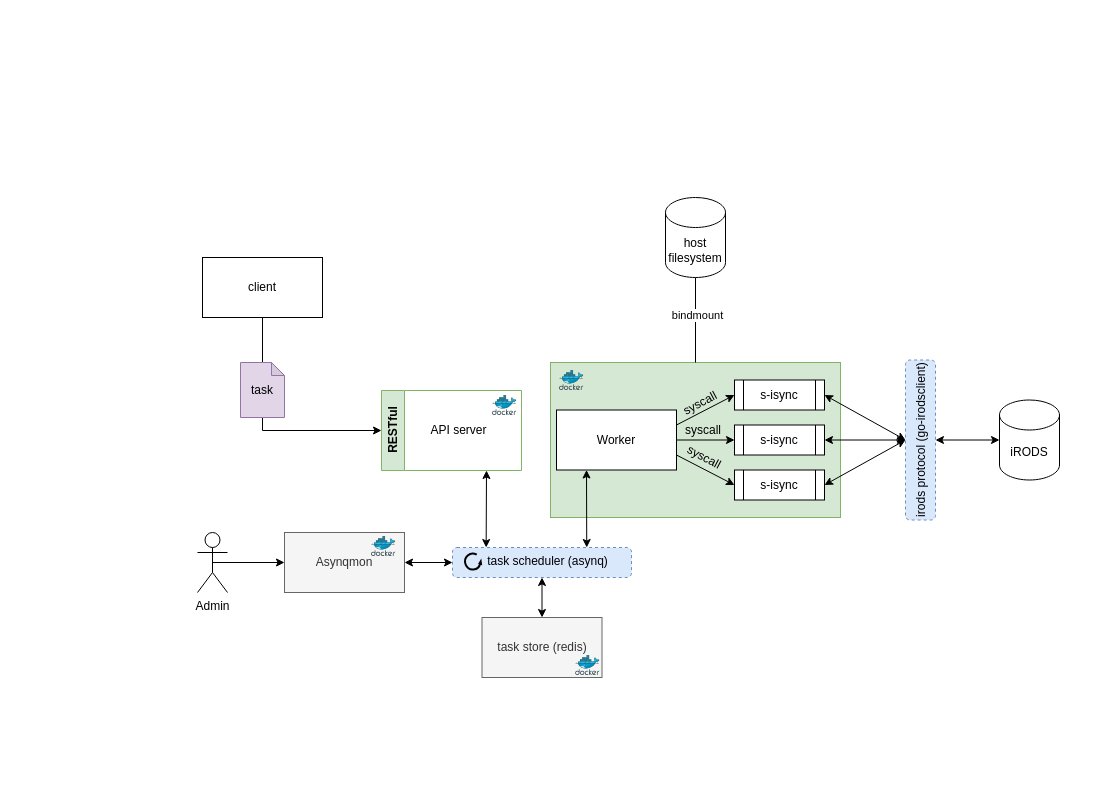
Earlier version of the draw.io diagram docs/architecture.drawio (dccn-tg/dr-data-stager). Source tidied: cells renumbered, new cells numbered last; positions are measured from the earlier drawing's top-left corner, leaving out a move shared by most shapes. Both pictures are drawn from the tidied source at 100%, with x=0, y=0 at pixel (197, 197).
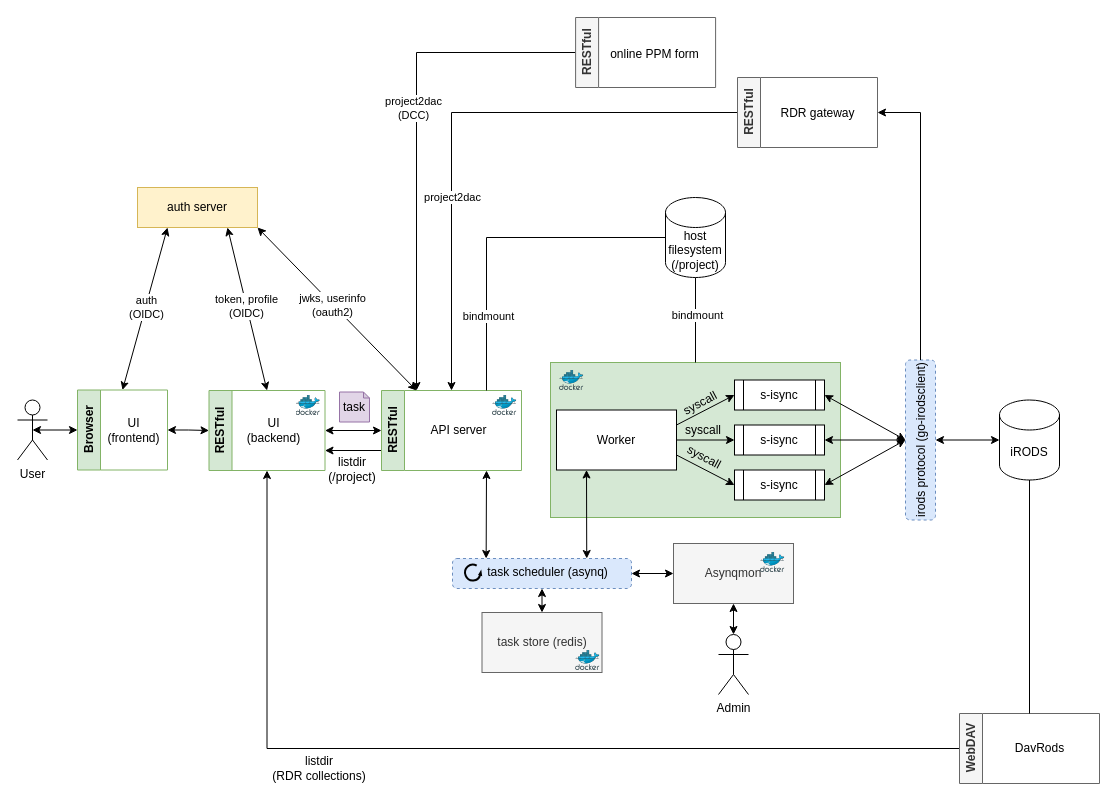
The same diagram, later.

Commit message (it also covers changes not shown here):
update architecture drawing

Unchanged cells that the change refers to:
```xml
<mxCell id="5" value="RESTful" style="swimlane;horizontal=0;whiteSpace=wrap;html=1;strokeWidth=1;fillColor=#d5e8d4;strokeColor=#82b366;fillStyle=auto;swimlaneFillColor=default;" parent="1" vertex="1">
  <mxGeometry x="184" y="193" width="140" height="80" as="geometry" />
</mxCell>
<mxCell id="18" value="iRODS" style="shape=cylinder3;whiteSpace=wrap;html=1;boundedLbl=1;backgroundOutline=1;size=15;strokeWidth=1;" parent="1" vertex="1">
  <mxGeometry x="802" y="202.5" width="60" height="80" as="geometry" />
</mxCell>
<mxCell id="31" value="irods protocol (go-irodsclient)" style="rounded=1;whiteSpace=wrap;html=1;dashed=1;rotation=270;strokeWidth=1;fillColor=#dae8fc;strokeColor=#6c8ebf;" parent="1" vertex="1">
  <mxGeometry x="643" y="227.5" width="160" height="30" as="geometry" />
</mxCell>
```

What changed in the source:
```diff
@@
     <mxCell id="2" value="task store (redis)" style="rounded=0;whiteSpace=wrap;html=1;fillColor=#f5f5f5;fontColor=#333333;strokeColor=#666666;" parent="1" vertex="1">
-      <mxGeometry x="284.5" y="420" width="120" height="60" as="geometry" />
+      <mxGeometry x="284.5" y="415" width="120" height="60" as="geometry" />
     </mxCell>
@@
+    <mxCell id="42" style="edgeStyle=orthogonalEdgeStyle;rounded=0;jettySize=auto;html=1;exitX=0.5;exitY=0;exitDx=0;exitDy=0;entryX=0;entryY=0.5;entryDx=0;entryDy=0;startArrow=classic;startFill=1;endArrow=none;endFill=0;" parent="1" edge="1" source="5" target="58">
+      <mxGeometry relative="1" as="geometry" />
+    </mxCell>
+    <mxCell id="43" value="project2dac" style="edgeLabel;html=1;align=center;verticalAlign=middle;" parent="42" vertex="1">
+      <mxGeometry x="-0.38" relative="1" as="geometry">
+        <mxPoint y="-19" as="offset" />
+      </mxGeometry>
+    </mxCell>
+    <mxCell id="44" style="edgeStyle=orthogonalEdgeStyle;rounded=0;jettySize=auto;html=1;exitX=0;exitY=0.75;exitDx=0;exitDy=0;entryX=1;entryY=0.75;entryDx=0;entryDy=0;" parent="1" edge="1" source="5" target="46">
+      <mxGeometry relative="1" as="geometry" />
+    </mxCell>
@@
-    <mxCell id="20" style="edgeStyle=orthogonalEdgeStyle;rounded=0;jettySize=auto;html=1;exitX=0.5;exitY=1;exitDx=0;exitDy=0;entryX=0;entryY=0.5;entryDx=0;entryDy=0;strokeWidth=1;" parent="1" edge="1" source="21" target="5">
-      <mxGeometry relative="1" as="geometry" />
-    </mxCell>
-    <mxCell id="21" value="client" style="rounded=0;whiteSpace=wrap;html=1;strokeWidth=1;" parent="1" vertex="1">
-      <mxGeometry x="5" y="60" width="120" height="60" as="geometry" />
-    </mxCell>
     <mxCell id="22" style="image;sketch=0;html=1;align=center;fontSize=12;image=img/lib/mscae/Docker.svg;strokeWidth=1;" parent="1" vertex="1">
-      <mxGeometry x="378.1" y="458" width="24.4" height="20" as="geometry" />
+      <mxGeometry x="378.1" y="453" width="24.4" height="20" as="geometry" />
     </mxCell>
@@
-    <mxCell id="27" value="task" style="shape=note;whiteSpace=wrap;html=1;backgroundOutline=1;darkOpacity=0.05;size=13;strokeWidth=1;fillColor=#e1d5e7;strokeColor=#9673a6;" parent="1" vertex="1">
-      <mxGeometry x="43" y="165" width="44" height="55" as="geometry" />
-    </mxCell>
@@
+    <mxCell id="45" style="edgeStyle=orthogonalEdgeStyle;rounded=0;jettySize=auto;html=1;exitX=1;exitY=0.5;exitDx=0;exitDy=0;entryX=0;entryY=0.5;entryDx=0;entryDy=0;startArrow=classic;startFill=1;" parent="1" edge="1" source="29" target="33">
+      <mxGeometry relative="1" as="geometry" />
+    </mxCell>
     <mxCell id="29" style="rounded=1;whiteSpace=wrap;html=1;dashed=1;strokeWidth=1;fillColor=#dae8fc;strokeColor=#6c8ebf;" parent="1" vertex="1">
-      <mxGeometry x="255" y="350" width="179" height="30" as="geometry" />
+      <mxGeometry x="255" y="361" width="179" height="30" as="geometry" />
     </mxCell>
@@
-    <mxCell id="32" style="rounded=0;jettySize=auto;html=1;exitX=1;exitY=0.5;exitDx=0;exitDy=0;entryX=0;entryY=0.5;entryDx=0;entryDy=0;startArrow=classic;startFill=1;strokeWidth=1;" parent="1" edge="1" source="33" target="29">
-      <mxGeometry relative="1" as="geometry" />
-    </mxCell>
-    <mxCell id="33" value="Asynqmon" style="rounded=0;whiteSpace=wrap;html=1;strokeWidth=1;fillColor=#f5f5f5;fontColor=#333333;strokeColor=#666666;" parent="1" vertex="1">
-      <mxGeometry x="87" y="335" width="120" height="60" as="geometry" />
-    </mxCell>
-    <mxCell id="34" style="image;sketch=0;html=1;align=center;fontSize=12;image=img/lib/mscae/Docker.svg;strokeWidth=1;" parent="1" vertex="1">
-      <mxGeometry x="174" y="339" width="24.4" height="20" as="geometry" />
-    </mxCell>
-    <mxCell id="35" style="edgeStyle=orthogonalEdgeStyle;rounded=0;jettySize=auto;html=1;exitX=0.5;exitY=0.5;exitDx=0;exitDy=0;exitPerimeter=0;entryX=0;entryY=0.5;entryDx=0;entryDy=0;" parent="1" edge="1" source="36" target="33">
-      <mxGeometry relative="1" as="geometry" />
-    </mxCell>
-    <mxCell id="36" value="Admin" style="shape=umlActor;verticalLabelPosition=bottom;verticalAlign=top;html=1;outlineConnect=0;" parent="1" vertex="1">
-      <mxGeometry y="335" width="30" height="60" as="geometry" />
-    </mxCell>
@@
-    <mxCell id="39" value="host filesystem" style="shape=cylinder3;whiteSpace=wrap;html=1;boundedLbl=1;backgroundOutline=1;size=15;" parent="1" vertex="1">
+    <mxCell id="39" value="host filesystem&lt;div&gt;(/project)&lt;/div&gt;" style="shape=cylinder3;whiteSpace=wrap;html=1;boundedLbl=1;backgroundOutline=1;size=15;" parent="1" vertex="1">
       <mxGeometry x="468" width="60" height="80" as="geometry" />
     </mxCell>
     <mxCell id="40" style="verticalLabelPosition=bottom;html=1;verticalAlign=top;strokeWidth=2;shape=mxgraph.lean_mapping.physical_pull;" parent="1" vertex="1">
-      <mxGeometry x="267.5" y="356" width="16" height="16" as="geometry" />
+      <mxGeometry x="267.5" y="367" width="16" height="16" as="geometry" />
     </mxCell>
     <mxCell id="41" value="task scheduler (asynq)" style="text;html=1;align=center;verticalAlign=middle;whiteSpace=wrap;rounded=0;strokeWidth=1;" parent="1" vertex="1">
-      <mxGeometry x="279.5" y="349" width="141" height="30" as="geometry" />
+      <mxGeometry x="279.5" y="360" width="141" height="30" as="geometry" />
     </mxCell>
+    <mxCell id="46" value="RESTful" style="swimlane;horizontal=0;whiteSpace=wrap;html=1;strokeWidth=1;fillColor=#d5e8d4;strokeColor=#82b366;fillStyle=auto;swimlaneFillColor=default;" parent="1" vertex="1">
+      <mxGeometry x="11.5" y="193" width="116" height="80" as="geometry" />
+    </mxCell>
+    <mxCell id="47" value="UI&lt;div&gt;(backend)&lt;/div&gt;" style="text;html=1;align=center;verticalAlign=middle;strokeColor=none;fillColor=none;strokeWidth=1;" parent="46" vertex="1">
+      <mxGeometry x="24" y="20" width="80" height="40" as="geometry" />
+    </mxCell>
+    <mxCell id="48" style="image;sketch=0;html=1;align=center;fontSize=12;image=img/lib/mscae/Docker.svg;strokeWidth=1;" parent="46" vertex="1">
+      <mxGeometry x="87" y="5" width="24.4" height="20" as="geometry" />
+    </mxCell>
+    <mxCell id="49" style="edgeStyle=orthogonalEdgeStyle;rounded=0;jettySize=auto;html=1;exitX=1;exitY=0.5;exitDx=0;exitDy=0;entryX=0;entryY=0.5;entryDx=0;entryDy=0;startArrow=classic;startFill=1;" parent="1" edge="1" source="50" target="46">
+      <mxGeometry relative="1" as="geometry" />
+    </mxCell>
+    <mxCell id="50" value="Browser" style="swimlane;horizontal=0;whiteSpace=wrap;html=1;strokeWidth=1;fillColor=#d5e8d4;strokeColor=#82b366;fillStyle=auto;swimlaneFillColor=default;startSize=23;" parent="1" vertex="1">
+      <mxGeometry x="-120" y="192.5" width="90" height="80" as="geometry" />
+    </mxCell>
+    <mxCell id="51" value="UI&lt;div&gt;(frontend)&lt;/div&gt;" style="text;html=1;align=center;verticalAlign=middle;strokeColor=none;fillColor=none;strokeWidth=1;" parent="50" vertex="1">
+      <mxGeometry x="16" y="20" width="80" height="40" as="geometry" />
+    </mxCell>
+    <mxCell id="52" style="endArrow=classic;startArrow=classic;html=1;rounded=0;exitX=1;exitY=0.5;exitDx=0;exitDy=0;entryX=0;entryY=0.5;entryDx=0;entryDy=0;" parent="1" edge="1" source="46" target="5">
+      <mxGeometry relative="1" as="geometry" />
+    </mxCell>
+    <mxCell id="53" value="User" style="shape=umlActor;verticalLabelPosition=bottom;verticalAlign=top;html=1;outlineConnect=0;" parent="1" vertex="1">
+      <mxGeometry x="-180" y="202.5" width="30" height="60" as="geometry" />
+    </mxCell>
+    <mxCell id="54" style="endArrow=classic;startArrow=classic;html=1;rounded=0;exitX=0.5;exitY=0.5;exitDx=0;exitDy=0;exitPerimeter=0;" parent="1" edge="1" source="53" target="50">
+      <mxGeometry relative="1" as="geometry" />
+    </mxCell>
+    <mxCell id="55" style="edgeStyle=orthogonalEdgeStyle;rounded=0;jettySize=auto;html=1;exitX=0.75;exitY=0;exitDx=0;exitDy=0;entryX=0;entryY=0.5;entryDx=0;entryDy=0;entryPerimeter=0;endArrow=none;endFill=0;" parent="1" edge="1" source="5" target="39">
+      <mxGeometry relative="1" as="geometry" />
+    </mxCell>
+    <mxCell id="56" value="bindmount" style="edgeLabel;html=1;align=center;verticalAlign=middle;" parent="55" vertex="1">
+      <mxGeometry x="-0.52" y="-1" relative="1" as="geometry">
+        <mxPoint y="5" as="offset" />
+      </mxGeometry>
+    </mxCell>
+    <mxCell id="57" style="edgeStyle=orthogonalEdgeStyle;rounded=0;jettySize=auto;html=1;exitX=1;exitY=0.5;exitDx=0;exitDy=0;entryX=1;entryY=0.5;entryDx=0;entryDy=0;startArrow=classic;startFill=1;endArrow=none;endFill=0;" parent="1" edge="1" source="58" target="31">
+      <mxGeometry relative="1" as="geometry" />
+    </mxCell>
+    <mxCell id="58" value="RESTful" style="swimlane;horizontal=0;whiteSpace=wrap;html=1;strokeWidth=1;fillColor=#f5f5f5;strokeColor=#666666;fillStyle=auto;swimlaneFillColor=default;fontColor=#333333;" parent="1" vertex="1">
+      <mxGeometry x="540" y="-120" width="140" height="70" as="geometry" />
+    </mxCell>
+    <mxCell id="59" value="RDR gateway" style="text;html=1;align=center;verticalAlign=middle;strokeColor=none;fillColor=none;strokeWidth=1;" parent="58" vertex="1">
+      <mxGeometry x="30" y="21" width="100" height="30" as="geometry" />
+    </mxCell>
+    <mxCell id="60" style="edgeStyle=orthogonalEdgeStyle;rounded=0;jettySize=auto;html=1;exitX=0;exitY=0.5;exitDx=0;exitDy=0;entryX=0.25;entryY=0;entryDx=0;entryDy=0;" parent="1" edge="1" source="61" target="5">
+      <mxGeometry relative="1" as="geometry" />
+    </mxCell>
+    <mxCell id="61" value="RESTful" style="swimlane;horizontal=0;whiteSpace=wrap;html=1;strokeWidth=1;fillColor=#f5f5f5;strokeColor=#666666;fillStyle=auto;swimlaneFillColor=default;direction=east;fontColor=#333333;" parent="1" vertex="1">
+      <mxGeometry x="378.1" y="-180" width="140" height="70" as="geometry" />
+    </mxCell>
+    <mxCell id="62" value="online PPM form" style="text;html=1;align=center;verticalAlign=middle;strokeColor=none;fillColor=none;strokeWidth=1;" parent="61" vertex="1">
+      <mxGeometry x="24" y="22" width="110" height="30" as="geometry" />
+    </mxCell>
+    <mxCell id="63" value="project2dac&lt;div&gt;(DCC)&lt;/div&gt;" style="edgeLabel;html=1;align=center;verticalAlign=middle;" parent="1" vertex="1">
+      <mxGeometry x="198.4" y="-100" as="geometry">
+        <mxPoint x="17" y="10" as="offset" />
+      </mxGeometry>
+    </mxCell>
+    <mxCell id="27" value="task" style="shape=note;whiteSpace=wrap;html=1;backgroundOutline=1;darkOpacity=0.05;size=6;strokeWidth=1;fillColor=#e1d5e7;strokeColor=#9673a6;" parent="1" vertex="1">
+      <mxGeometry x="142" y="194.5" width="30" height="30" as="geometry" />
+    </mxCell>
+    <mxCell id="64" value="listdir&lt;div&gt;(/project)&lt;/div&gt;" style="text;html=1;align=center;verticalAlign=middle;whiteSpace=wrap;rounded=0;" parent="1" vertex="1">
+      <mxGeometry x="125" y="256.5" width="60" height="30" as="geometry" />
+    </mxCell>
+    <mxCell id="65" style="edgeStyle=orthogonalEdgeStyle;rounded=0;jettySize=auto;html=1;exitX=0;exitY=0.5;exitDx=0;exitDy=0;entryX=0.5;entryY=1;entryDx=0;entryDy=0;" parent="1" edge="1" source="66" target="46">
+      <mxGeometry relative="1" as="geometry" />
+    </mxCell>
+    <mxCell id="66" value="WebDAV" style="swimlane;horizontal=0;whiteSpace=wrap;html=1;strokeWidth=1;fillColor=#f5f5f5;strokeColor=#666666;fillStyle=auto;swimlaneFillColor=default;fontColor=#333333;rotation=0;" parent="1" vertex="1">
+      <mxGeometry x="762" y="516" width="140" height="70" as="geometry" />
+    </mxCell>
+    <mxCell id="67" value="DavRods" style="text;html=1;align=center;verticalAlign=middle;strokeColor=none;fillColor=none;strokeWidth=1;" parent="66" vertex="1">
+      <mxGeometry x="45" y="20" width="70" height="30" as="geometry" />
+    </mxCell>
+    <mxCell id="68" style="endArrow=none;html=1;rounded=0;entryX=0.5;entryY=1;entryDx=0;entryDy=0;entryPerimeter=0;exitX=0.5;exitY=0;exitDx=0;exitDy=0;" parent="1" edge="1" source="66" target="18">
+      <mxGeometry relative="1" as="geometry" />
+    </mxCell>
+    <mxCell id="69" value="listdir&lt;div&gt;(RDR collections)&lt;/div&gt;" style="text;html=1;align=center;verticalAlign=middle;whiteSpace=wrap;rounded=0;" parent="1" vertex="1">
+      <mxGeometry x="72" y="556" width="100" height="30" as="geometry" />
+    </mxCell>
+    <mxCell id="70" style="rounded=0;jettySize=auto;html=1;exitX=0.75;exitY=1;exitDx=0;exitDy=0;entryX=0.5;entryY=0;entryDx=0;entryDy=0;startArrow=classic;startFill=1;" parent="1" edge="1" source="74" target="46">
+      <mxGeometry relative="1" as="geometry" />
+    </mxCell>
+    <mxCell id="71" value="token, profile&lt;div&gt;(OIDC)&lt;/div&gt;" style="edgeLabel;html=1;align=center;verticalAlign=middle;" parent="70" vertex="1">
+      <mxGeometry x="-0.04" y="-1" relative="1" as="geometry" />
+    </mxCell>
+    <mxCell id="72" style="rounded=0;jettySize=auto;html=1;exitX=1;exitY=1;exitDx=0;exitDy=0;entryX=0.25;entryY=0;entryDx=0;entryDy=0;startArrow=classic;startFill=1;" parent="1" edge="1" source="74" target="5">
+      <mxGeometry relative="1" as="geometry" />
+    </mxCell>
+    <mxCell id="73" value="jwks, userinfo&lt;div&gt;(oauth2)&lt;/div&gt;" style="edgeLabel;html=1;align=center;verticalAlign=middle;" parent="72" vertex="1">
+      <mxGeometry x="-0.22" relative="1" as="geometry">
+        <mxPoint x="12" y="14" as="offset" />
+      </mxGeometry>
+    </mxCell>
+    <mxCell id="74" value="auth server" style="rounded=0;whiteSpace=wrap;html=1;strokeWidth=1;fillColor=#fff2cc;strokeColor=#d6b656;" parent="1" vertex="1">
+      <mxGeometry x="-60" y="-10" width="120" height="40" as="geometry" />
+    </mxCell>
+    <mxCell id="75" style="rounded=0;jettySize=auto;html=1;exitX=0.5;exitY=0;exitDx=0;exitDy=0;entryX=0.25;entryY=1;entryDx=0;entryDy=0;startArrow=classic;startFill=1;" parent="1" edge="1" source="50" target="74">
+      <mxGeometry relative="1" as="geometry" />
+    </mxCell>
+    <mxCell id="76" value="auth&lt;div&gt;(OIDC)&lt;/div&gt;" style="edgeLabel;html=1;align=center;verticalAlign=middle;" parent="75" vertex="1">
+      <mxGeometry x="0.01" y="-1" relative="1" as="geometry">
+        <mxPoint y="-1" as="offset" />
+      </mxGeometry>
+    </mxCell>
+    <mxCell id="33" value="Asynqmon" style="rounded=0;whiteSpace=wrap;html=1;strokeWidth=1;fillColor=#f5f5f5;fontColor=#333333;strokeColor=#666666;" parent="1" vertex="1">
+      <mxGeometry x="476" y="346" width="120" height="60" as="geometry" />
+    </mxCell>
+    <mxCell id="77" style="image;sketch=0;html=1;align=center;fontSize=12;image=img/lib/mscae/Docker.svg;strokeWidth=1;" parent="1" vertex="1">
+      <mxGeometry x="563" y="355" width="24.4" height="20" as="geometry" />
+    </mxCell>
+    <mxCell id="35" style="edgeStyle=orthogonalEdgeStyle;rounded=0;jettySize=auto;html=1;exitX=0.5;exitY=0;exitDx=0;exitDy=0;exitPerimeter=0;entryX=0.5;entryY=1;entryDx=0;entryDy=0;startArrow=classic;startFill=1;" parent="1" edge="1" source="36" target="33">
+      <mxGeometry relative="1" as="geometry" />
+    </mxCell>
+    <mxCell id="36" value="Admin" style="shape=umlActor;verticalLabelPosition=bottom;verticalAlign=top;html=1;outlineConnect=0;" parent="1" vertex="1">
+      <mxGeometry x="521" y="437" width="30" height="60" as="geometry" />
+    </mxCell>
```
